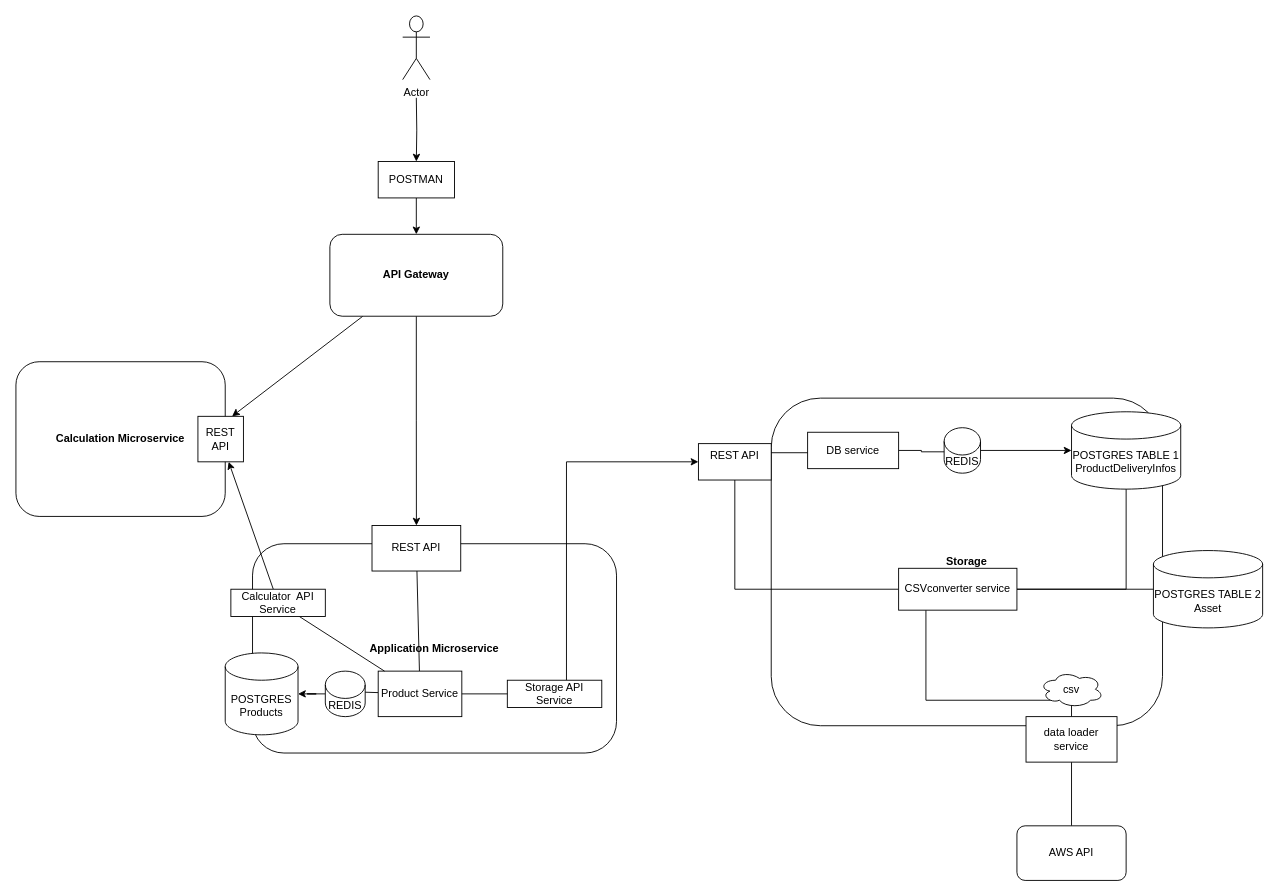
Above: kbe_component_diagram.drawio in KBE-Project/diagrams (draw.io), before the change. Source tidied: cells renumbered, new cells numbered last; positions are measured from the earlier drawing's top-left corner, leaving out a move shared by most shapes. Both pictures are drawn from the tidied source at 91%, with x=0, y=0 at pixel (15, 15).
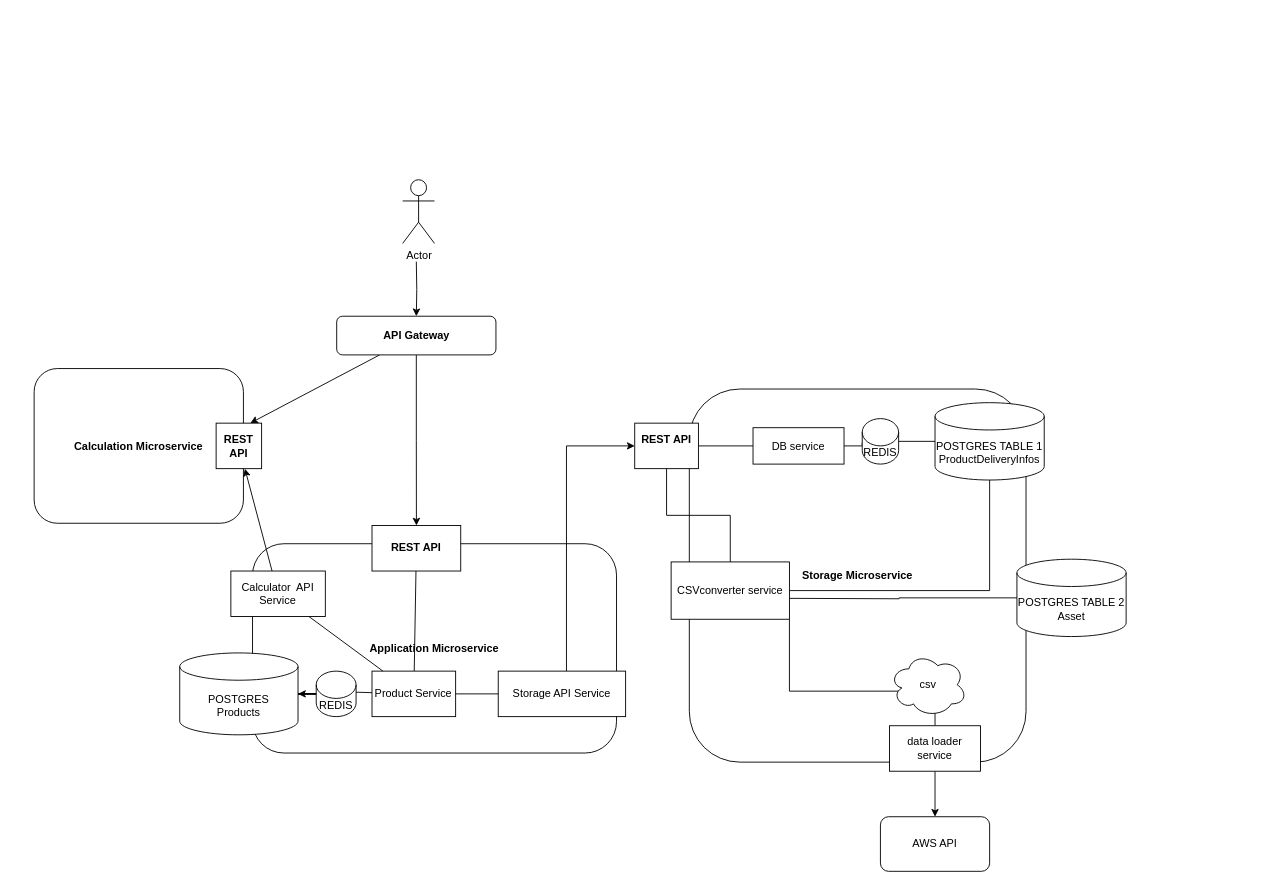
The same page after the edit.

Change to the diagram source:
```diff
@@
     <mxCell id="4" value="&lt;b&gt;API Gateway&lt;/b&gt;" style="rounded=1;whiteSpace=wrap;html=1;" parent="1" vertex="1">
-      <mxGeometry x="345" y="240" width="190" height="90" as="geometry" />
+      <mxGeometry x="352.5" y="330" width="175" height="42.5" as="geometry" />
     </mxCell>
     <mxCell id="5" value="&lt;div&gt;&lt;/div&gt;&lt;b&gt;Calculation Microservice&lt;/b&gt;" style="rounded=1;whiteSpace=wrap;html=1;" parent="1" vertex="1">
-      <mxGeometry y="380" width="230" height="170" as="geometry" />
+      <mxGeometry x="20" y="387.5" width="230" height="170" as="geometry" />
     </mxCell>
@@
-    <mxCell id="8" value="&lt;b&gt;Storage &lt;/b&gt;" style="rounded=1;whiteSpace=wrap;html=1;" parent="1" vertex="1">
-      <mxGeometry x="830" y="420" width="430" height="360" as="geometry" />
+    <mxCell id="8" value="&lt;b&gt;Storage Microservice&lt;/b&gt;" style="rounded=1;whiteSpace=wrap;html=1;" parent="1" vertex="1">
+      <mxGeometry x="740" y="410" width="370" height="410" as="geometry" />
     </mxCell>
-    <mxCell id="9" value="REST API" style="rounded=0;whiteSpace=wrap;html=1;" parent="1" vertex="1">
-      <mxGeometry x="200" y="440" width="50" height="50" as="geometry" />
+    <mxCell id="9" value="&lt;b&gt;REST API&lt;/b&gt;" style="rounded=0;whiteSpace=wrap;html=1;" parent="1" vertex="1">
+      <mxGeometry x="220" y="447.5" width="50" height="50" as="geometry" />
     </mxCell>
@@
+    <mxCell id="15" style="edgeStyle=orthogonalEdgeStyle;rounded=0;jettySize=auto;html=1;endArrow=none;endFill=0;" parent="1" edge="1" source="11" target="14">
+      <mxGeometry relative="1" as="geometry" />
+    </mxCell>
-    <mxCell id="11" value="&lt;div&gt;REST API&lt;/div&gt;&lt;div&gt;&lt;br&gt;&lt;/div&gt;" style="rounded=0;whiteSpace=wrap;html=1;" parent="1" vertex="1">
-      <mxGeometry x="750" y="470" width="80" height="40" as="geometry" />
+    <mxCell id="11" value="&lt;div&gt;&lt;b&gt;REST API&lt;/b&gt;&lt;/div&gt;&lt;div&gt;&lt;br&gt;&lt;/div&gt;" style="rounded=0;whiteSpace=wrap;html=1;" parent="1" vertex="1">
+      <mxGeometry x="680" y="447.5" width="70" height="50" as="geometry" />
     </mxCell>
-    <mxCell id="12" value="REST API" style="rounded=0;whiteSpace=wrap;html=1;" parent="1" vertex="1">
+    <mxCell id="12" value="&lt;b&gt;REST API&lt;/b&gt;" style="rounded=0;whiteSpace=wrap;html=1;" parent="1" vertex="1">
       <mxGeometry x="391.3" y="560" width="97.5" height="50" as="geometry" />
     </mxCell>
@@
     <mxCell id="14" value="DB service" style="rounded=0;whiteSpace=wrap;html=1;" parent="1" vertex="1">
-      <mxGeometry x="870" y="457.5" width="100" height="40" as="geometry" />
+      <mxGeometry x="810" y="452.5" width="100" height="40" as="geometry" />
     </mxCell>
-    <mxCell id="15" style="edgeStyle=orthogonalEdgeStyle;rounded=0;jettySize=auto;html=1;endArrow=none;exitX=1;exitY=0.25;exitDx=0;exitDy=0;" parent="1" edge="1" source="11" target="14">
-      <mxGeometry relative="1" as="geometry">
-        <Array as="points">
-          <mxPoint x="830" y="480" />
-        </Array>
-      </mxGeometry>
-    </mxCell>
     <mxCell id="16" value="POSTGRES TABLE 1 ProductDeliveryInfos" style="shape=cylinder3;whiteSpace=wrap;html=1;boundedLbl=1;backgroundOutline=1;size=15;" parent="1" vertex="1">
-      <mxGeometry x="1160" y="435" width="120" height="85" as="geometry" />
+      <mxGeometry x="1010" y="425" width="120" height="85" as="geometry" />
     </mxCell>
     <mxCell id="17" value="POSTGRES TABLE 2&lt;br&gt;Asset" style="shape=cylinder3;whiteSpace=wrap;html=1;boundedLbl=1;backgroundOutline=1;size=15;" parent="1" vertex="1">
-      <mxGeometry x="1250" y="587.5" width="120" height="85" as="geometry" />
+      <mxGeometry x="1100" y="597" width="120" height="85" as="geometry" />
     </mxCell>
     <mxCell id="18" value="POSTGRES&lt;br&gt;Products" style="shape=cylinder3;whiteSpace=wrap;html=1;boundedLbl=1;backgroundOutline=1;size=15;" parent="1" vertex="1">
-      <mxGeometry x="230" y="700" width="80" height="90" as="geometry" />
+      <mxGeometry x="180" y="700" width="130" height="90" as="geometry" />
     </mxCell>
@@
     <mxCell id="20" value="Product Service" style="rounded=0;whiteSpace=wrap;html=1;" parent="1" vertex="1">
-      <mxGeometry x="398.1" y="720" width="91.9" height="50" as="geometry" />
+      <mxGeometry x="391.3" y="720" width="91.9" height="50" as="geometry" />
     </mxCell>
@@
     <mxCell id="23" value="Calculator&amp;nbsp; API Service" style="rounded=0;whiteSpace=wrap;html=1;" parent="1" vertex="1">
-      <mxGeometry x="236.2" y="630" width="103.8" height="30" as="geometry" />
+      <mxGeometry x="236.2" y="610" width="103.8" height="50" as="geometry" />
     </mxCell>
     <mxCell id="24" value="Storage API Service" style="rounded=0;whiteSpace=wrap;html=1;" parent="1" vertex="1">
-      <mxGeometry x="540" y="730" width="103.8" height="30" as="geometry" />
+      <mxGeometry x="530" y="720" width="140" height="50" as="geometry" />
     </mxCell>
@@
-    <mxCell id="26" style="edgeStyle=orthogonalEdgeStyle;rounded=0;jettySize=auto;html=1;" parent="1" edge="1" target="29">
-      <mxGeometry relative="1" as="geometry">
-        <mxPoint x="440" y="90" as="sourcePoint" />
-      </mxGeometry>
-    </mxCell>
-    <mxCell id="27" value="Actor" style="shape=umlActor;verticalLabelPosition=bottom;verticalAlign=top;html=1;" parent="1" vertex="1">
-      <mxGeometry x="425" width="30" height="70" as="geometry" />
-    </mxCell>
-    <mxCell id="28" style="edgeStyle=orthogonalEdgeStyle;rounded=0;jettySize=auto;html=1;" parent="1" edge="1" source="29" target="4">
-      <mxGeometry relative="1" as="geometry" />
-    </mxCell>
-    <mxCell id="29" value="POSTMAN" style="rounded=0;whiteSpace=wrap;html=1;" parent="1" vertex="1">
-      <mxGeometry x="398.1" y="160" width="83.8" height="40" as="geometry" />
-    </mxCell>
-    <mxCell id="30" style="edgeStyle=orthogonalEdgeStyle;rounded=0;jettySize=auto;html=1;entryX=0;entryY=0.5;entryDx=0;entryDy=0;entryPerimeter=0;" parent="1" edge="1" source="31" target="16">
+    <mxCell id="30" style="edgeStyle=orthogonalEdgeStyle;rounded=0;jettySize=auto;html=1;entryX=0;entryY=0.5;entryDx=0;entryDy=0;entryPerimeter=0;endArrow=none;endFill=0;" parent="1" edge="1" source="31" target="16">
       <mxGeometry relative="1" as="geometry" />
     </mxCell>
     <mxCell id="31" value="REDIS" style="shape=cylinder3;whiteSpace=wrap;html=1;boundedLbl=1;backgroundOutline=1;size=15;" parent="1" vertex="1">
-      <mxGeometry x="1020" y="452.5" width="40" height="50" as="geometry" />
+      <mxGeometry x="930" y="442.5" width="40" height="50" as="geometry" />
     </mxCell>
@@
+    <mxCell id="44" style="edgeStyle=orthogonalEdgeStyle;rounded=0;jettySize=auto;html=1;endArrow=none;endFill=0;" parent="1" edge="1" source="33" target="18">
+      <mxGeometry relative="1" as="geometry" />
+    </mxCell>
     <mxCell id="33" value="REDIS" style="shape=cylinder3;whiteSpace=wrap;html=1;boundedLbl=1;backgroundOutline=1;size=15;" parent="1" vertex="1">
-      <mxGeometry x="340" y="720" width="43.8" height="50" as="geometry" />
+      <mxGeometry x="330" y="720" width="43.8" height="50" as="geometry" />
     </mxCell>
@@
-    <mxCell id="35" style="edgeStyle=orthogonalEdgeStyle;rounded=0;jettySize=auto;html=1;endArrow=none;endFill=0;" parent="1" edge="1" source="38" target="17">
-      <mxGeometry relative="1" as="geometry" />
+    <mxCell id="35" style="edgeStyle=orthogonalEdgeStyle;rounded=0;jettySize=auto;html=1;endArrow=none;endFill=0;" parent="1" edge="1" target="17">
+      <mxGeometry relative="1" as="geometry">
+        <mxPoint x="840" y="640" as="sourcePoint" />
+      </mxGeometry>
     </mxCell>
     <mxCell id="36" style="edgeStyle=orthogonalEdgeStyle;rounded=0;jettySize=auto;html=1;entryX=0.31;entryY=0.8;entryDx=0;entryDy=0;entryPerimeter=0;endArrow=none;endFill=0;" parent="1" edge="1" source="38" target="43">
       <mxGeometry relative="1" as="geometry">
         <Array as="points">
-          <mxPoint x="1000" y="752" />
+          <mxPoint x="850" y="742" />
         </Array>
       </mxGeometry>
     </mxCell>
@@
     <mxCell id="38" value="CSVconverter service" style="rounded=0;whiteSpace=wrap;html=1;" parent="1" vertex="1">
-      <mxGeometry x="970" y="607" width="130" height="46" as="geometry" />
+      <mxGeometry x="720" y="600" width="130" height="63" as="geometry" />
     </mxCell>
-    <mxCell id="39" style="edgeStyle=orthogonalEdgeStyle;rounded=0;jettySize=auto;html=1;endArrow=none;endFill=0;" parent="1" edge="1" source="41" target="42">
+    <mxCell id="39" style="edgeStyle=orthogonalEdgeStyle;rounded=0;jettySize=auto;html=1;endArrow=classic;endFill=1;" parent="1" edge="1" source="41" target="42">
       <mxGeometry relative="1" as="geometry" />
     </mxCell>
@@
     <mxCell id="41" value="&lt;div&gt;data loader service&lt;/div&gt;" style="rounded=0;whiteSpace=wrap;html=1;" parent="1" vertex="1">
-      <mxGeometry x="1110" y="770" width="100" height="50" as="geometry" />
+      <mxGeometry x="960" y="780" width="100" height="50" as="geometry" />
     </mxCell>
     <mxCell id="42" value="AWS API" style="rounded=1;whiteSpace=wrap;html=1;" parent="1" vertex="1">
-      <mxGeometry x="1100" y="890" width="120" height="60" as="geometry" />
+      <mxGeometry x="950" y="880" width="120" height="60" as="geometry" />
     </mxCell>
     <mxCell id="43" value="csv" style="ellipse;shape=cloud;whiteSpace=wrap;html=1;" parent="1" vertex="1">
-      <mxGeometry x="1125" y="720" width="70" height="40" as="geometry" />
+      <mxGeometry x="960" y="700" width="85" height="70" as="geometry" />
     </mxCell>
+    <mxCell id="45" style="edgeStyle=orthogonalEdgeStyle;rounded=0;jettySize=auto;html=1;" parent="1" edge="1" target="4">
+      <mxGeometry relative="1" as="geometry">
+        <mxPoint x="440" y="270" as="sourcePoint" />
+      </mxGeometry>
+    </mxCell>
+    <mxCell id="27" value="Actor" style="shape=umlActor;verticalLabelPosition=bottom;verticalAlign=top;html=1;" parent="1" vertex="1">
+      <mxGeometry x="425" y="180" width="35" height="70" as="geometry" />
+    </mxCell>
```
